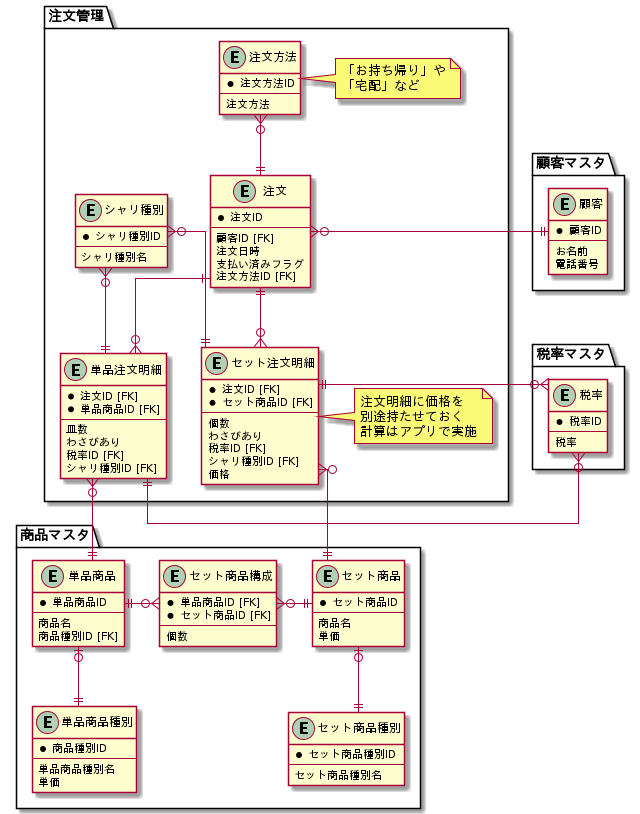
This is database/29_modeling1/assets/task_3/sushi.png from shimopino/praha-challenges, a PlantUML export, as it was before one commit.
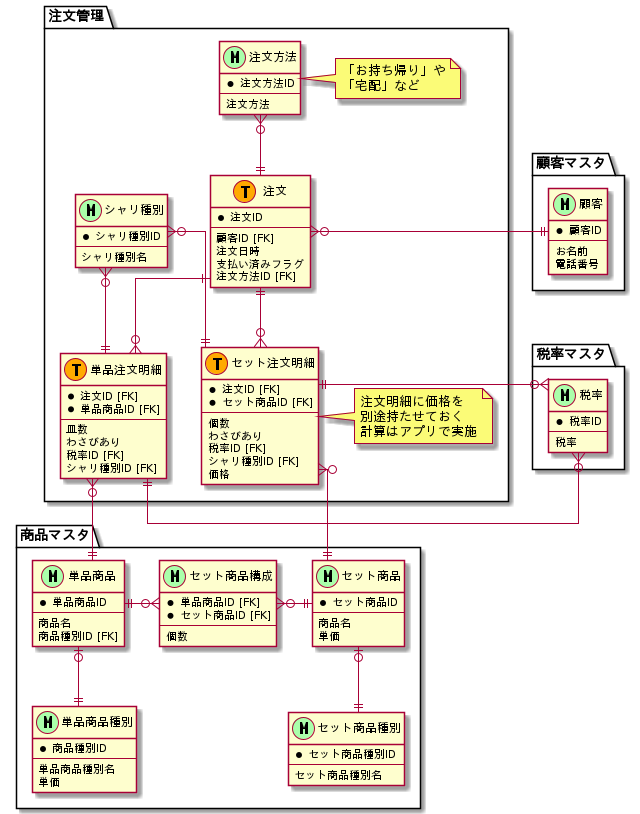
The same diagram one commit later.

Commit message:
docs: マスタ系とトランザクション系のテーブル表記を明記 #95

The edit, as a diff of the source:
```diff
@@ -1,9 +1,11 @@
 @startuml sushi
 
 skinparam Linetype ortho
+!define MASTER_MARK_COLOR AAFFAA
+!define TRANSACTION_MARK_COLOR FFAA00
 
 package 顧客マスタ {
-    entity 顧客 {
+    entity 顧客 <<M,MASTER_MARK_COLOR>> {
         * 顧客ID
         --
         お名前
@@ -12,7 +14,7 @@
 }
 
 package 税率マスタ {
-    entity 税率 {
+    entity 税率 <<M,MASTER_MARK_COLOR>> {
         * 税率ID
         --
         税率
@@ -20,7 +22,7 @@
 }
 
 package 注文管理 {
-    entity 注文 {
+    entity 注文 <<T,TRANSACTION_MARK_COLOR>> {
         * 注文ID
         --
         顧客ID [FK]
@@ -29,7 +31,7 @@
         注文方法ID [FK]
     }
 
-    entity 単品注文明細 {
+    entity 単品注文明細 <<T,TRANSACTION_MARK_COLOR>> {
         * 注文ID [FK]
         * 単品商品ID [FK]
         --
@@ -39,7 +41,7 @@
         シャリ種別ID [FK]
     }
 
-    entity セット注文明細 {
+    entity セット注文明細 <<T,TRANSACTION_MARK_COLOR>> {
         * 注文ID [FK]
         * セット商品ID [FK]
         --
@@ -52,13 +54,13 @@
 
     note right of セット注文明細: 注文明細に価格を\n別途持たせておく\n計算はアプリで実施
 
-    entity シャリ種別 {
+    entity シャリ種別 <<M,MASTER_MARK_COLOR>> {
         * シャリ種別ID
         --
         シャリ種別名
     }
 
-    entity 注文方法 {
+    entity 注文方法 <<M,MASTER_MARK_COLOR>> {
         * 注文方法ID
         --
         注文方法
@@ -75,34 +77,34 @@
 
 
 package 商品マスタ {
-    entity 単品商品 {
+    entity 単品商品 <<M,MASTER_MARK_COLOR>> {
         * 単品商品ID
         --
         商品名
         商品種別ID [FK]
     }
 
-    entity 単品商品種別 {
+    entity 単品商品種別 <<M,MASTER_MARK_COLOR>> {
         * 商品種別ID
         --
         単品商品種別名
         単価
     }
 
-    entity セット商品 {
+    entity セット商品 <<M,MASTER_MARK_COLOR>> {
         * セット商品ID
         --
         商品名
         単価
     }
 
-    entity セット商品種別 {
+    entity セット商品種別 <<M,MASTER_MARK_COLOR>> {
         * セット商品種別ID
         --
         セット商品種別名
     }
 
-    entity セット商品構成 {
+    entity セット商品構成 <<M,MASTER_MARK_COLOR>> {
         * 単品商品ID [FK]
         * セット商品ID [FK]
         --
```
